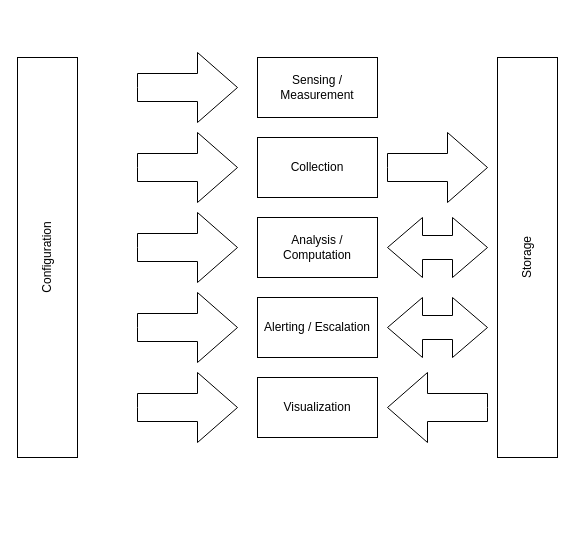
Earlier version of the draw.io diagram Components-of-a-monitoring-system.drawio (coderTechJordan/Networking). Source tidied: cells renumbered, new cells numbered last; positions are measured from the earlier drawing's top-left corner, leaving out a move shared by most shapes. Both pictures are drawn from the tidied source at 100%, with x=0, y=0 at pixel (-153, 52).
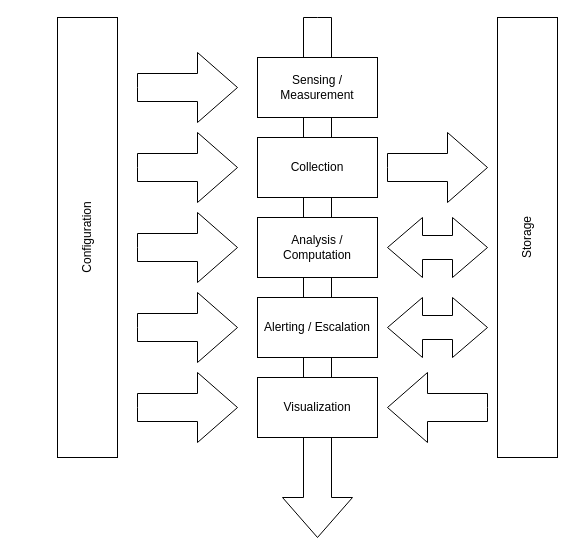
The same page after the edit.

What changed in the source:
```diff
@@
 <mxGraphModel>
   <root>
     <mxCell id="0" />
     <mxCell id="1" parent="0" />
+    <mxCell id="18" style="html=1;shadow=0;dashed=0;align=center;verticalAlign=middle;shape=mxgraph.arrows2.arrow;dy=0.6;dx=40;notch=0;direction=south;" parent="1" vertex="1">
+      <mxGeometry x="435" y="-35" width="70" height="520" as="geometry" />
+    </mxCell>
     <mxCell id="2" value="Sensing / Measurement" style="rounded=0;whiteSpace=wrap;html=1;" parent="1" vertex="1">
       <mxGeometry x="410" y="5" width="120" height="60" as="geometry" />
     </mxCell>
     <mxCell id="3" value="Configuration" style="rounded=0;whiteSpace=wrap;html=1;rotation=-90;" parent="1" vertex="1">
-      <mxGeometry y="175" width="400" height="60" as="geometry" />
+      <mxGeometry x="20" y="155" width="440" height="60" as="geometry" />
     </mxCell>
     <mxCell id="4" value="Collection" style="rounded=0;whiteSpace=wrap;html=1;" parent="1" vertex="1">
       <mxGeometry x="410" y="85" width="120" height="60" as="geometry" />
     </mxCell>
     <mxCell id="5" value="Analysis / Computation" style="rounded=0;whiteSpace=wrap;html=1;" parent="1" vertex="1">
       <mxGeometry x="410" y="165" width="120" height="60" as="geometry" />
     </mxCell>
     <mxCell id="6" value="Alerting / Escalation" style="rounded=0;whiteSpace=wrap;html=1;" parent="1" vertex="1">
       <mxGeometry x="410" y="245" width="120" height="60" as="geometry" />
     </mxCell>
     <mxCell id="7" value="Visualization" style="rounded=0;whiteSpace=wrap;html=1;" parent="1" vertex="1">
       <mxGeometry x="410" y="325" width="120" height="60" as="geometry" />
     </mxCell>
     <mxCell id="8" value="Storage" style="rounded=0;whiteSpace=wrap;html=1;rotation=-90;" parent="1" vertex="1">
-      <mxGeometry x="480" y="175" width="400" height="60" as="geometry" />
+      <mxGeometry x="460" y="155" width="440" height="60" as="geometry" />
     </mxCell>
     <mxCell id="9" style="html=1;shadow=0;dashed=0;align=center;verticalAlign=middle;shape=mxgraph.arrows2.arrow;dy=0.6;dx=40;notch=0;" parent="1" vertex="1">
       <mxGeometry x="290" width="100" height="70" as="geometry" />
     </mxCell>
     <mxCell id="10" style="html=1;shadow=0;dashed=0;align=center;verticalAlign=middle;shape=mxgraph.arrows2.arrow;dy=0.6;dx=40;notch=0;" parent="1" vertex="1">
       <mxGeometry x="290" y="80" width="100" height="70" as="geometry" />
     </mxCell>
     <mxCell id="11" style="html=1;shadow=0;dashed=0;align=center;verticalAlign=middle;shape=mxgraph.arrows2.arrow;dy=0.6;dx=40;notch=0;" parent="1" vertex="1">
       <mxGeometry x="290" y="160" width="100" height="70" as="geometry" />
     </mxCell>
     <mxCell id="12" style="html=1;shadow=0;dashed=0;align=center;verticalAlign=middle;shape=mxgraph.arrows2.arrow;dy=0.6;dx=40;notch=0;" parent="1" vertex="1">
       <mxGeometry x="290" y="240" width="100" height="70" as="geometry" />
     </mxCell>
     <mxCell id="13" style="html=1;shadow=0;dashed=0;align=center;verticalAlign=middle;shape=mxgraph.arrows2.arrow;dy=0.6;dx=40;notch=0;" parent="1" vertex="1">
       <mxGeometry x="290" y="320" width="100" height="70" as="geometry" />
     </mxCell>
     <mxCell id="14" style="html=1;shadow=0;dashed=0;align=center;verticalAlign=middle;shape=mxgraph.arrows2.arrow;dy=0.6;dx=40;notch=0;" parent="1" vertex="1">
       <mxGeometry x="540" y="80" width="100" height="70" as="geometry" />
     </mxCell>
     <mxCell id="15" style="html=1;shadow=0;dashed=0;align=center;verticalAlign=middle;shape=mxgraph.arrows2.twoWayArrow;dy=0.6;dx=35;" parent="1" vertex="1">
       <mxGeometry x="540" y="165" width="100" height="60" as="geometry" />
     </mxCell>
     <mxCell id="16" style="html=1;shadow=0;dashed=0;align=center;verticalAlign=middle;shape=mxgraph.arrows2.arrow;dy=0.6;dx=40;notch=0;flipV=0;flipH=1;" parent="1" vertex="1">
       <mxGeometry x="540" y="320" width="100" height="70" as="geometry" />
     </mxCell>
     <mxCell id="17" style="html=1;shadow=0;dashed=0;align=center;verticalAlign=middle;shape=mxgraph.arrows2.twoWayArrow;dy=0.6;dx=35;" parent="1" vertex="1">
       <mxGeometry x="540" y="245" width="100" height="60" as="geometry" />
     </mxCell>
   </root>
 </mxGraphModel>
```
